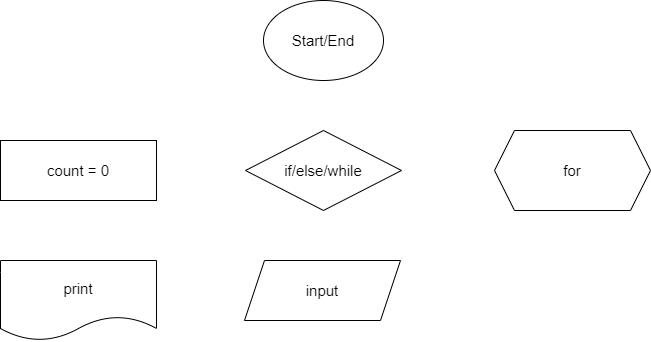
andrew-shevv/sem_series_02_addendum_01 keeps this draw.io diagram as ex000.drawio.png. Above is the earlier version. Source tidied: cells renumbered, new cells last; positions are measured from the earlier drawing's top-left corner, leaving out a move shared by most shapes. The source it was exported from:
```xml
<mxGraphModel>
  <root>
    <mxCell id="0" />
    <mxCell id="1" parent="0" />
    <mxCell id="2" value="&lt;font style=&quot;font-size: 15px&quot;&gt;Start/End&lt;/font&gt;" style="ellipse;whiteSpace=wrap;html=1;" parent="1" vertex="1">
      <mxGeometry x="263" width="120" height="80" as="geometry" />
    </mxCell>
    <mxCell id="3" value="count = 0" style="rounded=0;whiteSpace=wrap;html=1;fontSize=15;" parent="1" vertex="1">
      <mxGeometry y="140" width="156" height="60" as="geometry" />
    </mxCell>
    <mxCell id="4" value="input" style="shape=parallelogram;perimeter=parallelogramPerimeter;whiteSpace=wrap;html=1;fixedSize=1;fontSize=15;" parent="1" vertex="1">
      <mxGeometry x="244" y="260" width="156" height="60" as="geometry" />
    </mxCell>
    <mxCell id="5" value="print" style="shape=document;whiteSpace=wrap;html=1;boundedLbl=1;fontSize=15;" parent="1" vertex="1">
      <mxGeometry y="260" width="156" height="80" as="geometry" />
    </mxCell>
    <mxCell id="6" value="if/else/while" style="rhombus;whiteSpace=wrap;html=1;fontSize=15;" parent="1" vertex="1">
      <mxGeometry x="245" y="130" width="156" height="80" as="geometry" />
    </mxCell>
    <mxCell id="7" value="for" style="shape=hexagon;perimeter=hexagonPerimeter2;whiteSpace=wrap;html=1;fixedSize=1;fontSize=15;" parent="1" vertex="1">
      <mxGeometry x="494" y="130" width="156" height="80" as="geometry" />
    </mxCell>
  </root>
</mxGraphModel>
```
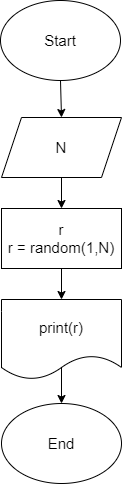
The same file after the commit.

Diff of the diagram source:
```diff
@@ -2,23 +2,32 @@
   <root>
     <mxCell id="0" />
     <mxCell id="1" parent="0" />
+    <mxCell id="8" style="edgeStyle=none;html=1;entryX=0.5;entryY=0;entryDx=0;entryDy=0;fontSize=15;" parent="1" edge="1" source="2" target="10">
+      <mxGeometry relative="1" as="geometry" />
+    </mxCell>
-    <mxCell id="2" value="&lt;font style=&quot;font-size: 15px&quot;&gt;Start/End&lt;/font&gt;" style="ellipse;whiteSpace=wrap;html=1;" parent="1" vertex="1">
+    <mxCell id="2" value="&lt;font style=&quot;font-size: 15px&quot;&gt;Start&lt;/font&gt;" style="ellipse;whiteSpace=wrap;html=1;" parent="1" vertex="1">
       <mxGeometry x="263" width="120" height="80" as="geometry" />
     </mxCell>
-    <mxCell id="3" value="count = 0" style="rounded=0;whiteSpace=wrap;html=1;fontSize=15;" parent="1" vertex="1">
-      <mxGeometry y="140" width="156" height="60" as="geometry" />
-    </mxCell>
-    <mxCell id="4" value="input" style="shape=parallelogram;perimeter=parallelogramPerimeter;whiteSpace=wrap;html=1;fixedSize=1;fontSize=15;" parent="1" vertex="1">
-      <mxGeometry x="244" y="260" width="156" height="60" as="geometry" />
-    </mxCell>
-    <mxCell id="5" value="print" style="shape=document;whiteSpace=wrap;html=1;boundedLbl=1;fontSize=15;" parent="1" vertex="1">
-      <mxGeometry y="260" width="156" height="80" as="geometry" />
-    </mxCell>
-    <mxCell id="6" value="if/else/while" style="rhombus;whiteSpace=wrap;html=1;fontSize=15;" parent="1" vertex="1">
-      <mxGeometry x="245" y="130" width="156" height="80" as="geometry" />
-    </mxCell>
-    <mxCell id="7" value="for" style="shape=hexagon;perimeter=hexagonPerimeter2;whiteSpace=wrap;html=1;fixedSize=1;fontSize=15;" parent="1" vertex="1">
-      <mxGeometry x="494" y="130" width="156" height="80" as="geometry" />
-    </mxCell>
+    <mxCell id="9" style="edgeStyle=none;html=1;fontSize=15;" parent="1" edge="1" source="10" target="12">
+      <mxGeometry relative="1" as="geometry" />
+    </mxCell>
+    <mxCell id="10" value="N" style="shape=parallelogram;perimeter=parallelogramPerimeter;whiteSpace=wrap;html=1;fixedSize=1;fontSize=15;" parent="1" vertex="1">
+      <mxGeometry x="264" y="117" width="120" height="60" as="geometry" />
+    </mxCell>
+    <mxCell id="11" style="edgeStyle=none;html=1;entryX=0.5;entryY=0;entryDx=0;entryDy=0;fontSize=15;" parent="1" edge="1" source="12" target="14">
+      <mxGeometry relative="1" as="geometry" />
+    </mxCell>
+    <mxCell id="12" value="r&lt;br&gt;r = random(1,N)" style="rounded=0;whiteSpace=wrap;html=1;fontSize=15;" parent="1" vertex="1">
+      <mxGeometry x="264" y="208" width="120" height="60" as="geometry" />
+    </mxCell>
+    <mxCell id="13" style="edgeStyle=none;html=1;fontSize=15;exitX=0.5;exitY=0.824;exitDx=0;exitDy=0;exitPerimeter=0;" parent="1" edge="1" source="14" target="15">
+      <mxGeometry relative="1" as="geometry" />
+    </mxCell>
+    <mxCell id="14" value="print(r)" style="shape=document;whiteSpace=wrap;html=1;boundedLbl=1;fontSize=15;" parent="1" vertex="1">
+      <mxGeometry x="264" y="299" width="120" height="80" as="geometry" />
+    </mxCell>
+    <mxCell id="15" value="End" style="ellipse;whiteSpace=wrap;html=1;fontSize=15;" parent="1" vertex="1">
+      <mxGeometry x="264" y="403" width="120" height="80" as="geometry" />
+    </mxCell>
   </root>
 </mxGraphModel>
```
